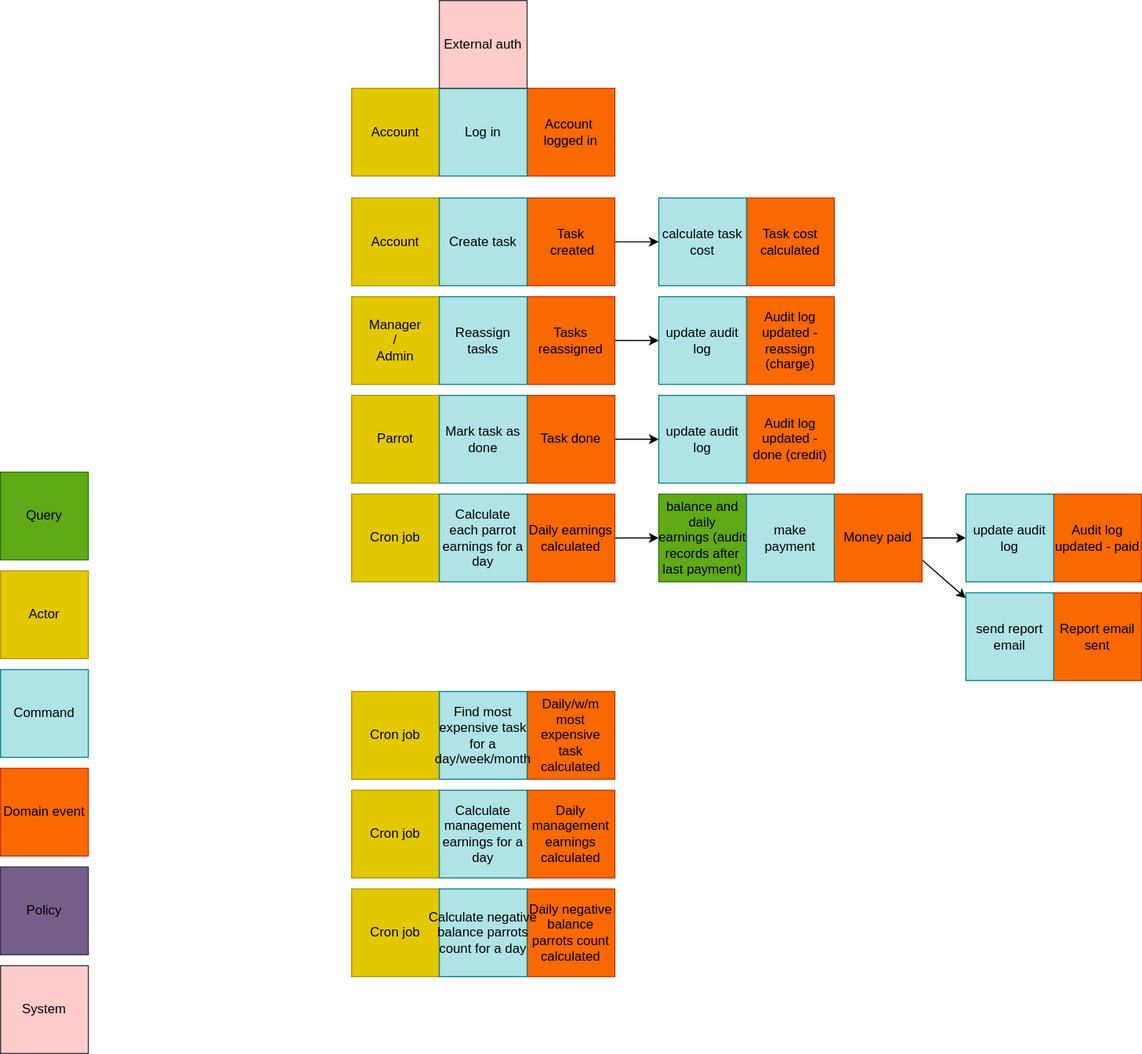
stroykova/aTES keeps this draw.io diagram as diagrams/1_actors_commands.svg. Above is the earlier version. Source tidied: cells renumbered, new cells last; positions are measured from the earlier drawing's top-left corner, leaving out a move shared by most shapes.
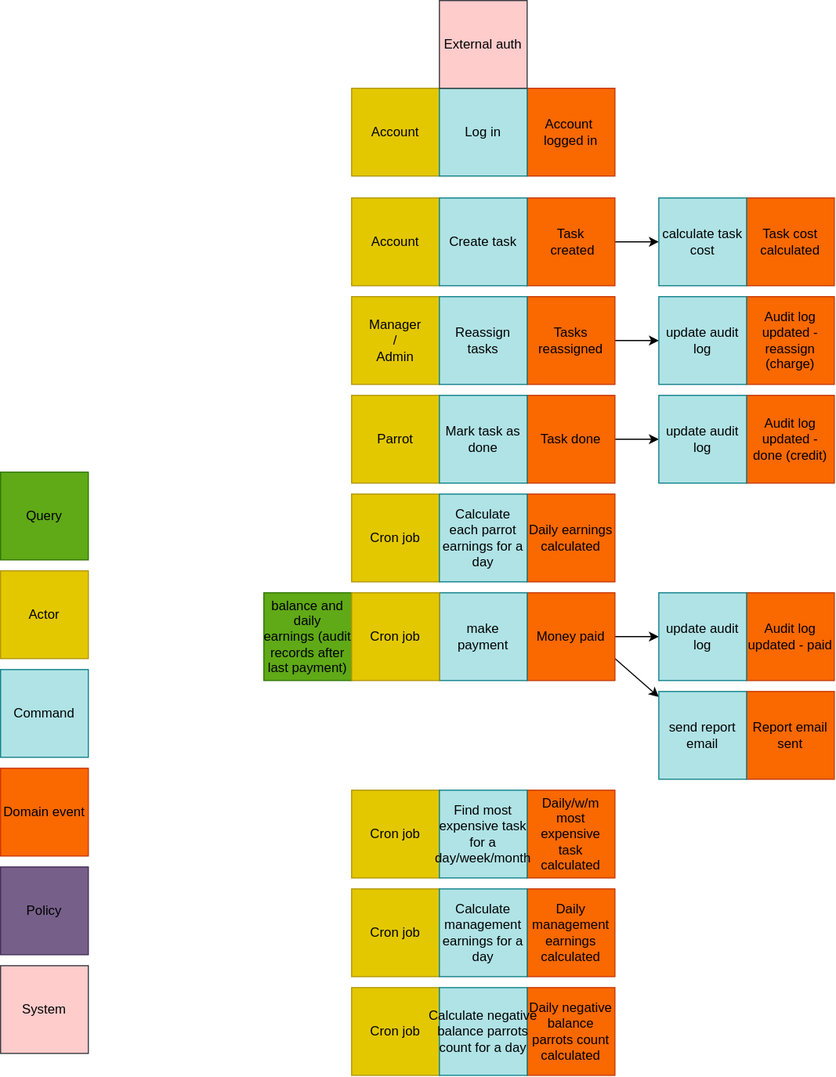
After the change.

Change to the diagram source:
```diff
@@ -44,14 +44,11 @@
     <mxCell id="15" value="Task cost calculated" style="whiteSpace=wrap;html=1;fontColor=#000000;fillColor=#fa6800;strokeColor=#C73500;" parent="1" vertex="1">
       <mxGeometry x="680" y="180" width="80" height="80" as="geometry" />
     </mxCell>
-    <mxCell id="16" style="edgeStyle=none;html=1;" parent="1" edge="1" source="17" target="43">
-      <mxGeometry relative="1" as="geometry" />
-    </mxCell>
     <mxCell id="17" value="Daily earnings calculated" style="whiteSpace=wrap;html=1;fontColor=#000000;fillColor=#fa6800;strokeColor=#C73500;" parent="1" vertex="1">
       <mxGeometry x="480" y="450" width="80" height="80" as="geometry" />
     </mxCell>
     <mxCell id="18" value="Report email sent" style="whiteSpace=wrap;html=1;fontColor=#000000;fillColor=#fa6800;strokeColor=#C73500;" parent="1" vertex="1">
-      <mxGeometry x="960" y="540" width="80" height="80" as="geometry" />
+      <mxGeometry x="680" y="630" width="80" height="80" as="geometry" />
     </mxCell>
     <mxCell id="19" style="edgeStyle=none;html=1;" parent="1" edge="1" source="21" target="49">
       <mxGeometry relative="1" as="geometry" />
@@ -60,19 +57,19 @@
       <mxGeometry relative="1" as="geometry" />
     </mxCell>
     <mxCell id="21" value="Money paid" style="whiteSpace=wrap;html=1;fontColor=#000000;fillColor=#fa6800;strokeColor=#C73500;" parent="1" vertex="1">
-      <mxGeometry x="760" y="450" width="80" height="80" as="geometry" />
+      <mxGeometry x="480" y="540" width="80" height="80" as="geometry" />
     </mxCell>
     <mxCell id="22" value="Audit log updated - paid" style="whiteSpace=wrap;html=1;fontColor=#000000;fillColor=#fa6800;strokeColor=#C73500;" parent="1" vertex="1">
-      <mxGeometry x="960" y="450" width="80" height="80" as="geometry" />
+      <mxGeometry x="680" y="540" width="80" height="80" as="geometry" />
     </mxCell>
     <mxCell id="23" value="Daily management earnings calculated" style="whiteSpace=wrap;html=1;fontColor=#000000;fillColor=#fa6800;strokeColor=#C73500;" parent="1" vertex="1">
-      <mxGeometry x="480" y="720" width="80" height="80" as="geometry" />
+      <mxGeometry x="480" y="810" width="80" height="80" as="geometry" />
     </mxCell>
     <mxCell id="24" value="Daily negative balance parrots count calculated" style="whiteSpace=wrap;html=1;fontColor=#000000;fillColor=#fa6800;strokeColor=#C73500;" parent="1" vertex="1">
-      <mxGeometry x="480" y="810" width="80" height="80" as="geometry" />
+      <mxGeometry x="480" y="900" width="80" height="80" as="geometry" />
     </mxCell>
     <mxCell id="25" value="Daily/w/m most expensive task calculated" style="whiteSpace=wrap;html=1;fontColor=#000000;fillColor=#fa6800;strokeColor=#C73500;" parent="1" vertex="1">
-      <mxGeometry x="480" y="630" width="80" height="80" as="geometry" />
+      <mxGeometry x="480" y="720" width="80" height="80" as="geometry" />
     </mxCell>
     <mxCell id="26" value="Account" style="whiteSpace=wrap;html=1;fillColor=#e3c800;fontColor=#000000;strokeColor=#B09500;" parent="1" vertex="1">
       <mxGeometry x="320" y="80" width="80" height="80" as="geometry" />
@@ -105,19 +102,19 @@
       <mxGeometry x="680" y="360" width="80" height="80" as="geometry" />
     </mxCell>
     <mxCell id="36" value="Cron job" style="whiteSpace=wrap;html=1;fillColor=#e3c800;fontColor=#000000;strokeColor=#B09500;" parent="1" vertex="1">
-      <mxGeometry x="320" y="720" width="80" height="80" as="geometry" />
+      <mxGeometry x="320" y="810" width="80" height="80" as="geometry" />
     </mxCell>
     <mxCell id="37" value="Cron job" style="whiteSpace=wrap;html=1;fillColor=#e3c800;fontColor=#000000;strokeColor=#B09500;" parent="1" vertex="1">
-      <mxGeometry x="320" y="630" width="80" height="80" as="geometry" />
+      <mxGeometry x="320" y="720" width="80" height="80" as="geometry" />
     </mxCell>
     <mxCell id="38" value="Cron job" style="whiteSpace=wrap;html=1;fillColor=#e3c800;fontColor=#000000;strokeColor=#B09500;" parent="1" vertex="1">
-      <mxGeometry x="320" y="810" width="80" height="80" as="geometry" />
+      <mxGeometry x="320" y="900" width="80" height="80" as="geometry" />
     </mxCell>
     <mxCell id="39" value="&lt;font color=&quot;#000000&quot;&gt;Find most expensive task for a day/week/month&lt;/font&gt;" style="whiteSpace=wrap;html=1;fillColor=#b0e3e6;strokeColor=#0e8088;" parent="1" vertex="1">
-      <mxGeometry x="400" y="630" width="80" height="80" as="geometry" />
+      <mxGeometry x="400" y="720" width="80" height="80" as="geometry" />
     </mxCell>
     <mxCell id="40" value="&lt;font color=&quot;#000000&quot;&gt;Calculate management earnings for a day&lt;/font&gt;" style="whiteSpace=wrap;html=1;fillColor=#b0e3e6;strokeColor=#0e8088;" parent="1" vertex="1">
-      <mxGeometry x="400" y="720" width="80" height="80" as="geometry" />
+      <mxGeometry x="400" y="810" width="80" height="80" as="geometry" />
     </mxCell>
     <mxCell id="41" value="Cron job" style="whiteSpace=wrap;html=1;fillColor=#e3c800;fontColor=#000000;strokeColor=#B09500;" parent="1" vertex="1">
       <mxGeometry x="320" y="450" width="80" height="80" as="geometry" />
@@ -126,10 +123,10 @@
       <mxGeometry x="400" y="450" width="80" height="80" as="geometry" />
     </mxCell>
     <mxCell id="43" value="&lt;font color=&quot;#000000&quot;&gt;balance and daily earnings&amp;nbsp;&lt;/font&gt;&lt;span style=&quot;color: rgb(0, 0, 0);&quot;&gt;(audit records after last payment)&lt;/span&gt;" style="whiteSpace=wrap;html=1;fillColor=#60a917;fontColor=#ffffff;strokeColor=#2D7600;" parent="1" vertex="1">
-      <mxGeometry x="600" y="450" width="80" height="80" as="geometry" />
+      <mxGeometry x="240" y="540" width="80" height="80" as="geometry" />
     </mxCell>
     <mxCell id="44" value="&lt;font color=&quot;#000000&quot;&gt;Calculate&amp;nbsp;&lt;/font&gt;&lt;span style=&quot;color: rgb(0, 0, 0);&quot;&gt;negative balance parrots count&lt;/span&gt;&lt;font color=&quot;#000000&quot;&gt;&amp;nbsp;for a day&lt;/font&gt;" style="whiteSpace=wrap;html=1;fillColor=#b0e3e6;strokeColor=#0e8088;" parent="1" vertex="1">
-      <mxGeometry x="400" y="810" width="80" height="80" as="geometry" />
+      <mxGeometry x="400" y="900" width="80" height="80" as="geometry" />
     </mxCell>
     <mxCell id="45" value="&lt;font color=&quot;#000000&quot;&gt;calculate task cost&lt;/font&gt;" style="whiteSpace=wrap;html=1;fillColor=#b0e3e6;strokeColor=#0e8088;" parent="1" vertex="1">
       <mxGeometry x="600" y="180" width="80" height="80" as="geometry" />
@@ -141,16 +138,19 @@
       <mxGeometry x="600" y="360" width="80" height="80" as="geometry" />
     </mxCell>
     <mxCell id="48" value="&lt;font color=&quot;#000000&quot;&gt;make payment&lt;/font&gt;" style="whiteSpace=wrap;html=1;fillColor=#b0e3e6;strokeColor=#0e8088;" parent="1" vertex="1">
-      <mxGeometry x="680" y="450" width="80" height="80" as="geometry" />
+      <mxGeometry x="400" y="540" width="80" height="80" as="geometry" />
     </mxCell>
     <mxCell id="49" value="&lt;font color=&quot;#000000&quot;&gt;update audit log&lt;/font&gt;" style="whiteSpace=wrap;html=1;fillColor=#b0e3e6;strokeColor=#0e8088;" parent="1" vertex="1">
-      <mxGeometry x="880" y="450" width="80" height="80" as="geometry" />
+      <mxGeometry x="600" y="540" width="80" height="80" as="geometry" />
     </mxCell>
     <mxCell id="50" value="&lt;font color=&quot;#000000&quot;&gt;send report email&lt;/font&gt;" style="whiteSpace=wrap;html=1;fillColor=#b0e3e6;strokeColor=#0e8088;" parent="1" vertex="1">
-      <mxGeometry x="880" y="540" width="80" height="80" as="geometry" />
+      <mxGeometry x="600" y="630" width="80" height="80" as="geometry" />
     </mxCell>
     <mxCell id="51" value="&lt;span style=&quot;color: rgb(0, 0, 0);&quot;&gt;External auth&lt;/span&gt;" style="whiteSpace=wrap;html=1;fillColor=#ffcccc;strokeColor=#36393d;" parent="1" vertex="1">
       <mxGeometry x="400" width="80" height="80" as="geometry" />
     </mxCell>
+    <mxCell id="52" value="Cron job" style="whiteSpace=wrap;html=1;fillColor=#e3c800;fontColor=#000000;strokeColor=#B09500;" parent="1" vertex="1">
+      <mxGeometry x="320" y="540" width="80" height="80" as="geometry" />
+    </mxCell>
   </root>
 </mxGraphModel>
```
